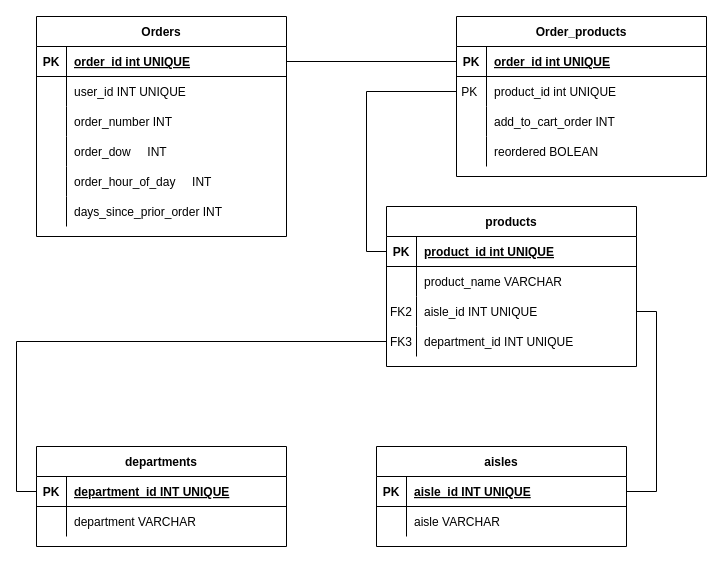
The draw.io diagram Grocerystore_datamodel.drawio in HarshaVardhan547/instagram_datamodel, before the edit. Source tidied: cells renumbered, new cells numbered last; positions are measured from the earlier drawing's top-left corner, leaving out a move shared by most shapes. Both pictures are drawn from the tidied source at 100%, with x=0, y=0 at pixel (36, 16).
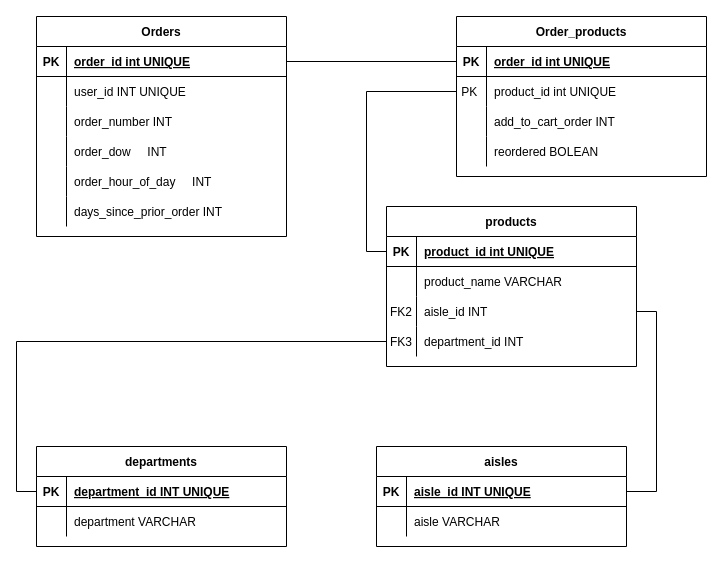
Above is the later version.

The change refers to these unchanged cells:
```xml
<mxCell id="42" style="shape=partialRectangle;fillColor=none;points=[[0,0.5],[1,0.5]];portConstraint=eastwest;top=0;left=0;right=0;bottom=0;" parent="35" vertex="1">
  <mxGeometry y="90" width="250" height="30" as="geometry" />
</mxCell>
<mxCell id="45" style="shape=partialRectangle;fillColor=none;points=[[0,0.5],[1,0.5]];portConstraint=eastwest;top=0;left=0;right=0;bottom=0;" parent="35" vertex="1">
  <mxGeometry y="120" width="250" height="30" as="geometry" />
</mxCell>
```

Diff of the diagram source:
```diff
@@
-    <mxCell id="44" value="aisle_id INT UNIQUE" style="shape=partialRectangle;overflow=hidden;fillColor=none;top=0;left=0;bottom=0;right=0;align=left;spacingLeft=6;" parent="42" vertex="1">
+    <mxCell id="44" value="aisle_id INT " style="shape=partialRectangle;overflow=hidden;fillColor=none;top=0;left=0;bottom=0;right=0;align=left;spacingLeft=6;" parent="42" vertex="1">
       <mxGeometry x="30" width="220" height="30" as="geometry" />
     </mxCell>
@@
-    <mxCell id="47" value="department_id INT UNIQUE" style="shape=partialRectangle;overflow=hidden;fillColor=none;top=0;left=0;bottom=0;right=0;align=left;spacingLeft=6;" parent="45" vertex="1">
+    <mxCell id="47" value="department_id INT " style="shape=partialRectangle;overflow=hidden;fillColor=none;top=0;left=0;bottom=0;right=0;align=left;spacingLeft=6;" parent="45" vertex="1">
       <mxGeometry x="30" width="220" height="30" as="geometry" />
     </mxCell>
```
